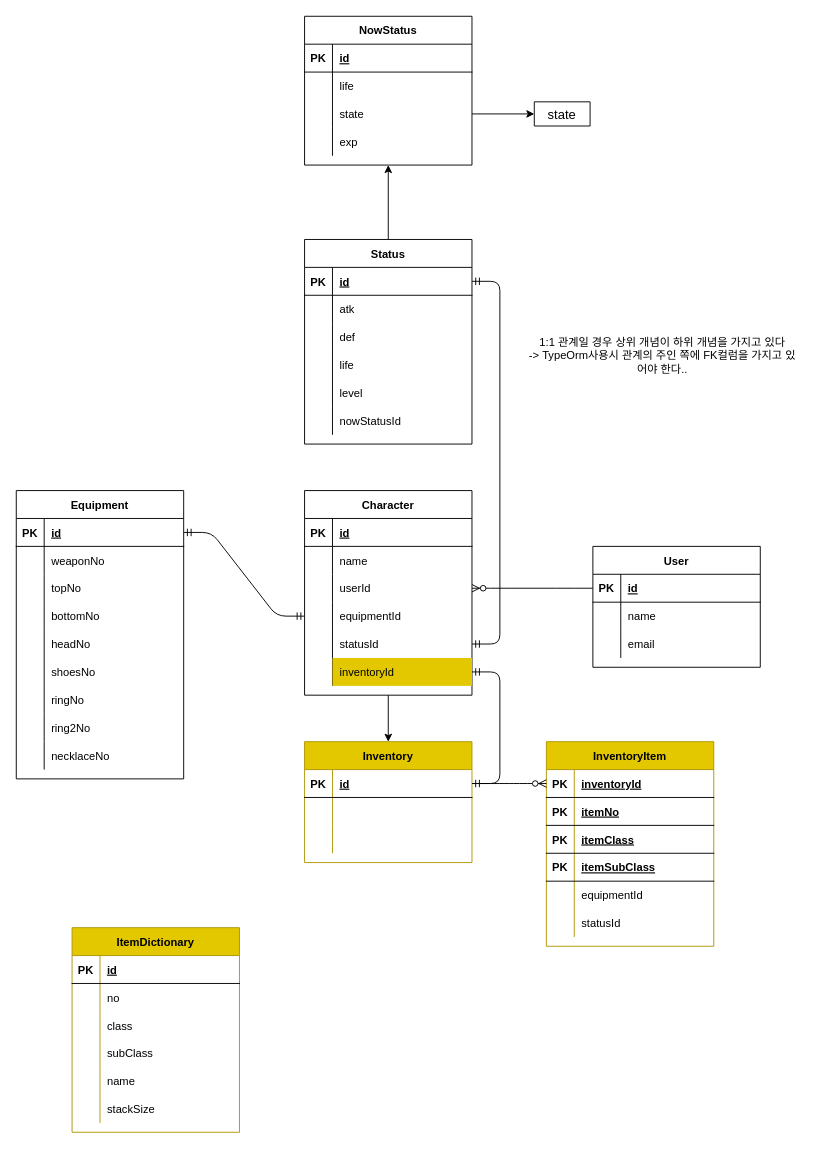
Before: page "테이블" (2 of 2) of doc/설계_마인드맵.drawio in tjsahr0099/dev, a draw.io diagram. Source tidied: cells renumbered, new cells numbered last; positions are measured from the earlier drawing's top-left corner, leaving out a move shared by most shapes. Both pictures are drawn from the tidied source at 93%, with x=0, y=0 at pixel (16, 16).
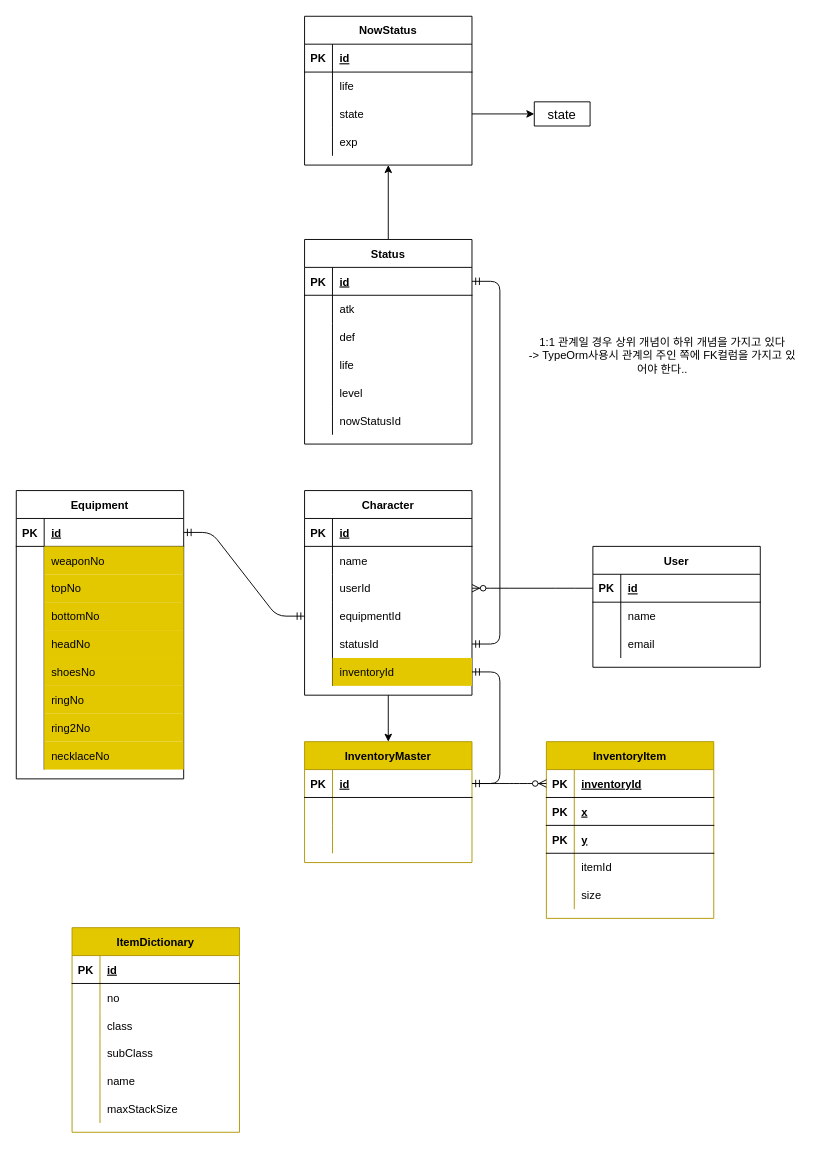
After the change.

Unchanged cells that the change refers to:
```xml
<mxCell id="37" style="shape=partialRectangle;fillColor=none;top=0;left=0;bottom=0;right=0;" parent="33" vertex="1">
  <mxGeometry y="60" width="180" height="30" as="geometry" />
</mxCell>
<mxCell id="40" style="shape=partialRectangle;fillColor=none;top=0;left=0;bottom=0;right=0;" parent="33" vertex="1">
  <mxGeometry y="90" width="180" height="30" as="geometry" />
</mxCell>
<mxCell id="43" style="shape=partialRectangle;fillColor=none;top=0;left=0;bottom=0;right=0;" parent="33" vertex="1">
  <mxGeometry y="120" width="180" height="30" as="geometry" />
</mxCell>
<mxCell id="46" style="shape=partialRectangle;fillColor=none;top=0;left=0;bottom=0;right=0;" parent="33" vertex="1">
  <mxGeometry y="150" width="180" height="30" as="geometry" />
</mxCell>
<mxCell id="49" style="shape=partialRectangle;fillColor=none;top=0;left=0;bottom=0;right=0;" parent="33" vertex="1">
  <mxGeometry y="180" width="180" height="30" as="geometry" />
</mxCell>
<mxCell id="52" style="shape=partialRectangle;fillColor=none;top=0;left=0;bottom=0;right=0;" parent="33" vertex="1">
  <mxGeometry y="210" width="180" height="30" as="geometry" />
</mxCell>
<mxCell id="55" style="shape=partialRectangle;fillColor=none;top=0;left=0;bottom=0;right=0;" parent="33" vertex="1">
  <mxGeometry y="240" width="180" height="30" as="geometry" />
</mxCell>
<mxCell id="58" style="shape=partialRectangle;fillColor=none;top=0;left=0;bottom=0;right=0;" parent="33" vertex="1">
  <mxGeometry y="270" width="180" height="30" as="geometry" />
</mxCell>
<mxCell id="113" style="shape=partialRectangle;fillColor=none;top=0;left=0;bottom=1;right=0;" parent="109" vertex="1">
  <mxGeometry y="60" width="180" height="30" as="geometry" />
</mxCell>
<mxCell id="116" style="shape=partialRectangle;fillColor=none;top=0;left=0;bottom=1;right=0;" parent="109" vertex="1">
  <mxGeometry y="90" width="180" height="30" as="geometry" />
</mxCell>
<mxCell id="146" style="shape=partialRectangle;fillColor=none;top=0;left=0;bottom=0;right=0;" parent="130" vertex="1">
  <mxGeometry y="180" width="180" height="30" as="geometry" />
</mxCell>
```

Change to the diagram source:
```diff
@@
-    <mxCell id="39" value="weaponNo" style="shape=partialRectangle;fillColor=none;top=0;left=0;bottom=0;right=0;align=left;spacingLeft=6;overflow=hidden;" parent="37" vertex="1">
+    <mxCell id="39" value="weaponNo" style="shape=partialRectangle;fillColor=#e3c800;top=0;left=0;bottom=0;right=0;align=left;spacingLeft=6;overflow=hidden;strokeColor=#B09500;fontColor=#000000;" parent="37" vertex="1">
       <mxGeometry x="30" width="150" height="30" as="geometry" />
     </mxCell>
@@
-    <mxCell id="42" value="topNo" style="shape=partialRectangle;fillColor=none;top=0;left=0;bottom=0;right=0;align=left;spacingLeft=6;overflow=hidden;" parent="40" vertex="1">
+    <mxCell id="42" value="topNo" style="shape=partialRectangle;fillColor=#e3c800;top=0;left=0;bottom=0;right=0;align=left;spacingLeft=6;overflow=hidden;strokeColor=#B09500;fontColor=#000000;" parent="40" vertex="1">
       <mxGeometry x="30" width="150" height="30" as="geometry" />
     </mxCell>
@@
-    <mxCell id="45" value="bottomNo" style="shape=partialRectangle;fillColor=none;top=0;left=0;bottom=0;right=0;align=left;spacingLeft=6;overflow=hidden;" parent="43" vertex="1">
+    <mxCell id="45" value="bottomNo" style="shape=partialRectangle;fillColor=#e3c800;top=0;left=0;bottom=0;right=0;align=left;spacingLeft=6;overflow=hidden;strokeColor=#B09500;fontColor=#000000;" parent="43" vertex="1">
       <mxGeometry x="30" width="150" height="30" as="geometry" />
     </mxCell>
@@
-    <mxCell id="48" value="headNo" style="shape=partialRectangle;fillColor=none;top=0;left=0;bottom=0;right=0;align=left;spacingLeft=6;overflow=hidden;" parent="46" vertex="1">
+    <mxCell id="48" value="headNo" style="shape=partialRectangle;fillColor=#e3c800;top=0;left=0;bottom=0;right=0;align=left;spacingLeft=6;overflow=hidden;strokeColor=#B09500;fontColor=#000000;" parent="46" vertex="1">
       <mxGeometry x="30" width="150" height="30" as="geometry" />
     </mxCell>
@@
-    <mxCell id="51" value="shoesNo" style="shape=partialRectangle;fillColor=none;top=0;left=0;bottom=0;right=0;align=left;spacingLeft=6;overflow=hidden;" parent="49" vertex="1">
+    <mxCell id="51" value="shoesNo" style="shape=partialRectangle;fillColor=#e3c800;top=0;left=0;bottom=0;right=0;align=left;spacingLeft=6;overflow=hidden;strokeColor=#B09500;fontColor=#000000;" parent="49" vertex="1">
       <mxGeometry x="30" width="150" height="30" as="geometry" />
     </mxCell>
@@
-    <mxCell id="54" value="ringNo" style="shape=partialRectangle;fillColor=none;top=0;left=0;bottom=0;right=0;align=left;spacingLeft=6;overflow=hidden;" parent="52" vertex="1">
+    <mxCell id="54" value="ringNo" style="shape=partialRectangle;fillColor=#e3c800;top=0;left=0;bottom=0;right=0;align=left;spacingLeft=6;overflow=hidden;strokeColor=#B09500;fontColor=#000000;" parent="52" vertex="1">
       <mxGeometry x="30" width="150" height="30" as="geometry" />
     </mxCell>
@@
-    <mxCell id="57" value="ring2No" style="shape=partialRectangle;fillColor=none;top=0;left=0;bottom=0;right=0;align=left;spacingLeft=6;overflow=hidden;" parent="55" vertex="1">
+    <mxCell id="57" value="ring2No" style="shape=partialRectangle;fillColor=#e3c800;top=0;left=0;bottom=0;right=0;align=left;spacingLeft=6;overflow=hidden;strokeColor=#B09500;fontColor=#000000;" parent="55" vertex="1">
       <mxGeometry x="30" width="150" height="30" as="geometry" />
     </mxCell>
@@
-    <mxCell id="60" value="necklaceNo" style="shape=partialRectangle;fillColor=none;top=0;left=0;bottom=0;right=0;align=left;spacingLeft=6;overflow=hidden;" parent="58" vertex="1">
+    <mxCell id="60" value="necklaceNo" style="shape=partialRectangle;fillColor=#e3c800;top=0;left=0;bottom=0;right=0;align=left;spacingLeft=6;overflow=hidden;strokeColor=#B09500;fontColor=#000000;" parent="58" vertex="1">
       <mxGeometry x="30" width="150" height="30" as="geometry" />
     </mxCell>
@@
-    <mxCell id="99" value="Inventory" style="shape=table;startSize=30;childLayout=tableLayout;rowLines=0;fontStyle=1;align=center;fillColor=#e3c800;strokeColor=#B09500;fontColor=#000000;" parent="1" vertex="1">
+    <mxCell id="99" value="InventoryMaster" style="shape=table;startSize=30;childLayout=tableLayout;rowLines=0;fontStyle=1;align=center;fillColor=#e3c800;strokeColor=#B09500;fontColor=#000000;" parent="1" vertex="1">
       <mxGeometry x="310" y="780" width="180" height="130" as="geometry" />
     </mxCell>
@@
     <mxCell id="109" value="InventoryItem" style="shape=table;startSize=30;childLayout=tableLayout;rowLines=0;fontStyle=1;align=center;fillColor=#e3c800;strokeColor=#B09500;fontColor=#000000;" parent="1" vertex="1">
-      <mxGeometry x="570" y="780" width="180" height="220" as="geometry" />
+      <mxGeometry x="570" y="780" width="180" height="190" as="geometry" />
     </mxCell>
@@
-    <mxCell id="115" value="itemNo" style="shape=partialRectangle;fillColor=none;top=0;left=0;bottom=0;right=0;align=left;spacingLeft=6;fontStyle=5;overflow=hidden;" parent="113" vertex="1">
+    <mxCell id="115" value="x" style="shape=partialRectangle;fillColor=none;top=0;left=0;bottom=0;right=0;align=left;spacingLeft=6;fontStyle=5;overflow=hidden;" parent="113" vertex="1">
       <mxGeometry x="30" width="150" height="30" as="geometry" />
     </mxCell>
@@
-    <mxCell id="118" value="itemClass" style="shape=partialRectangle;fillColor=none;top=0;left=0;bottom=0;right=0;align=left;spacingLeft=6;fontStyle=5;overflow=hidden;" parent="116" vertex="1">
+    <mxCell id="118" value="y" style="shape=partialRectangle;fillColor=none;top=0;left=0;bottom=0;right=0;align=left;spacingLeft=6;fontStyle=5;overflow=hidden;" parent="116" vertex="1">
       <mxGeometry x="30" width="150" height="30" as="geometry" />
     </mxCell>
-    <mxCell id="119" style="shape=partialRectangle;fillColor=none;top=0;left=0;bottom=1;right=0;" parent="109" vertex="1">
-      <mxGeometry y="120" width="180" height="30" as="geometry" />
-    </mxCell>
-    <mxCell id="120" value="PK" style="shape=partialRectangle;fillColor=none;top=0;left=0;bottom=0;right=0;fontStyle=1;overflow=hidden;" parent="119" vertex="1">
-      <mxGeometry width="30" height="30" as="geometry" />
-    </mxCell>
-    <mxCell id="121" value="itemSubClass" style="shape=partialRectangle;fillColor=none;top=0;left=0;bottom=0;right=0;align=left;spacingLeft=6;fontStyle=5;overflow=hidden;" parent="119" vertex="1">
-      <mxGeometry x="30" width="150" height="30" as="geometry" />
-    </mxCell>
-    <mxCell id="122" style="shape=partialRectangle;fillColor=none;top=0;left=0;bottom=0;right=0;" parent="109" vertex="1">
-      <mxGeometry y="150" width="180" height="30" as="geometry" />
-    </mxCell>
-    <mxCell id="123" style="shape=partialRectangle;fillColor=none;top=0;left=0;bottom=0;right=0;overflow=hidden;" parent="122" vertex="1">
-      <mxGeometry width="30" height="30" as="geometry" />
-    </mxCell>
-    <mxCell id="124" value="equipmentId" style="shape=partialRectangle;fillColor=none;top=0;left=0;bottom=0;right=0;align=left;spacingLeft=6;overflow=hidden;" parent="122" vertex="1">
-      <mxGeometry x="30" width="150" height="30" as="geometry" />
-    </mxCell>
     <mxCell id="125" style="shape=partialRectangle;fillColor=none;top=0;left=0;bottom=0;right=0;" parent="109" vertex="1">
-      <mxGeometry y="180" width="180" height="30" as="geometry" />
+      <mxGeometry y="120" width="180" height="30" as="geometry" />
     </mxCell>
@@
-    <mxCell id="127" value="statusId" style="shape=partialRectangle;fillColor=none;top=0;left=0;bottom=0;right=0;align=left;spacingLeft=6;overflow=hidden;" parent="125" vertex="1">
+    <mxCell id="127" value="itemId" style="shape=partialRectangle;fillColor=none;top=0;left=0;bottom=0;right=0;align=left;spacingLeft=6;overflow=hidden;" parent="125" vertex="1">
       <mxGeometry x="30" width="150" height="30" as="geometry" />
     </mxCell>
+    <mxCell id="122" style="shape=partialRectangle;fillColor=none;top=0;left=0;bottom=0;right=0;" parent="109" vertex="1">
+      <mxGeometry y="150" width="180" height="30" as="geometry" />
+    </mxCell>
+    <mxCell id="123" style="shape=partialRectangle;fillColor=none;top=0;left=0;bottom=0;right=0;overflow=hidden;" parent="122" vertex="1">
+      <mxGeometry width="30" height="30" as="geometry" />
+    </mxCell>
+    <mxCell id="149" value="size" style="shape=partialRectangle;fillColor=none;top=0;left=0;bottom=0;right=0;align=left;spacingLeft=6;overflow=hidden;" parent="122" vertex="1">
+      <mxGeometry x="30" width="150" height="30" as="geometry" />
+    </mxCell>
@@
-    <mxCell id="148" value="stackSize" style="shape=partialRectangle;fillColor=none;top=0;left=0;bottom=0;right=0;align=left;spacingLeft=6;overflow=hidden;" parent="146" vertex="1">
+    <mxCell id="148" value="maxStackSize" style="shape=partialRectangle;fillColor=none;top=0;left=0;bottom=0;right=0;align=left;spacingLeft=6;overflow=hidden;" parent="146" vertex="1">
       <mxGeometry x="30" width="150" height="30" as="geometry" />
     </mxCell>
```
